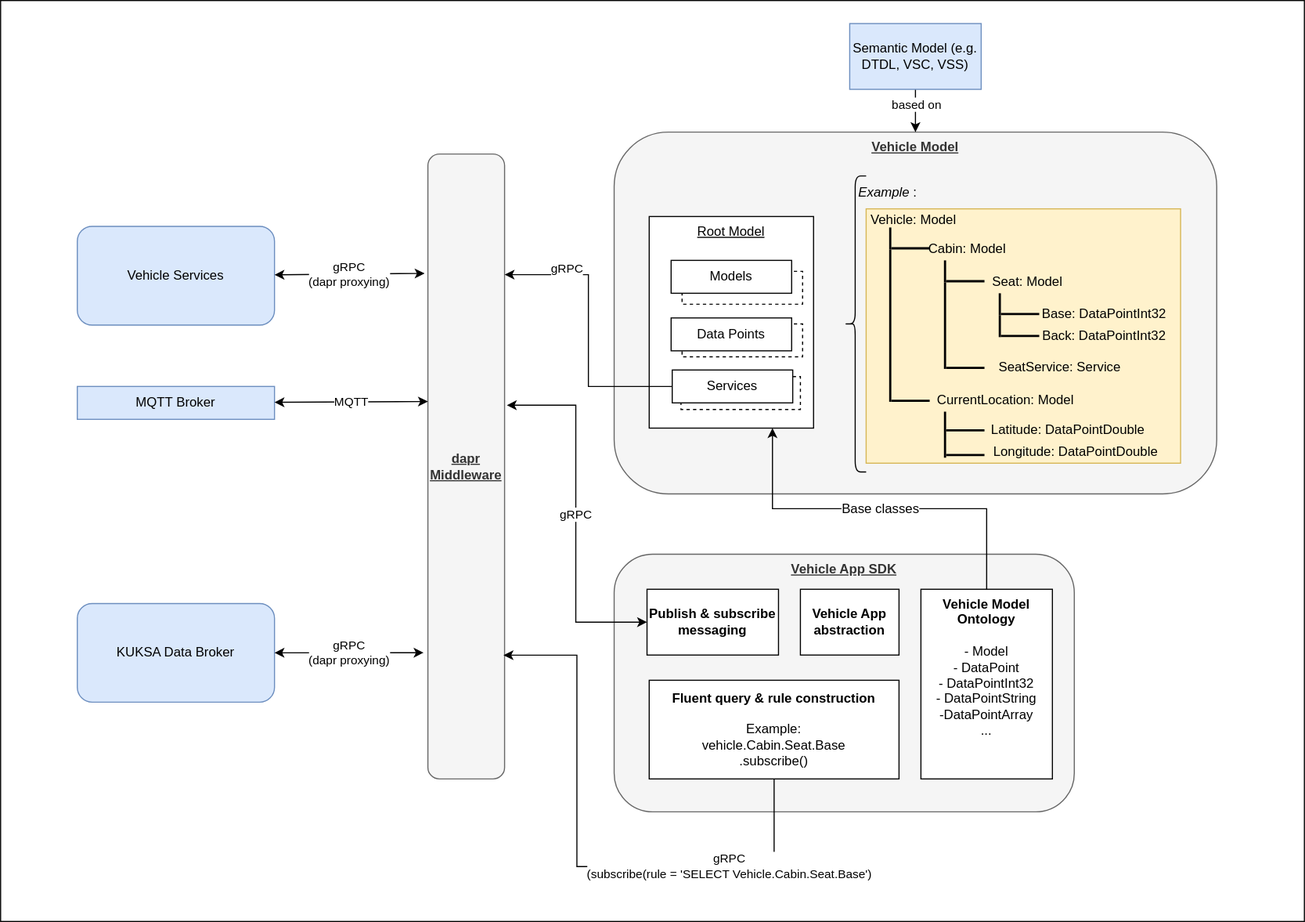
The draw.io diagram static/assets/sdk_overview.drawio.svg in eclipse-velocitas/velocitas-docs, before a commit. Source tidied: cells renumbered, new cells last; positions are measured from the earlier drawing's top-left corner, leaving out a move shared by most shapes.
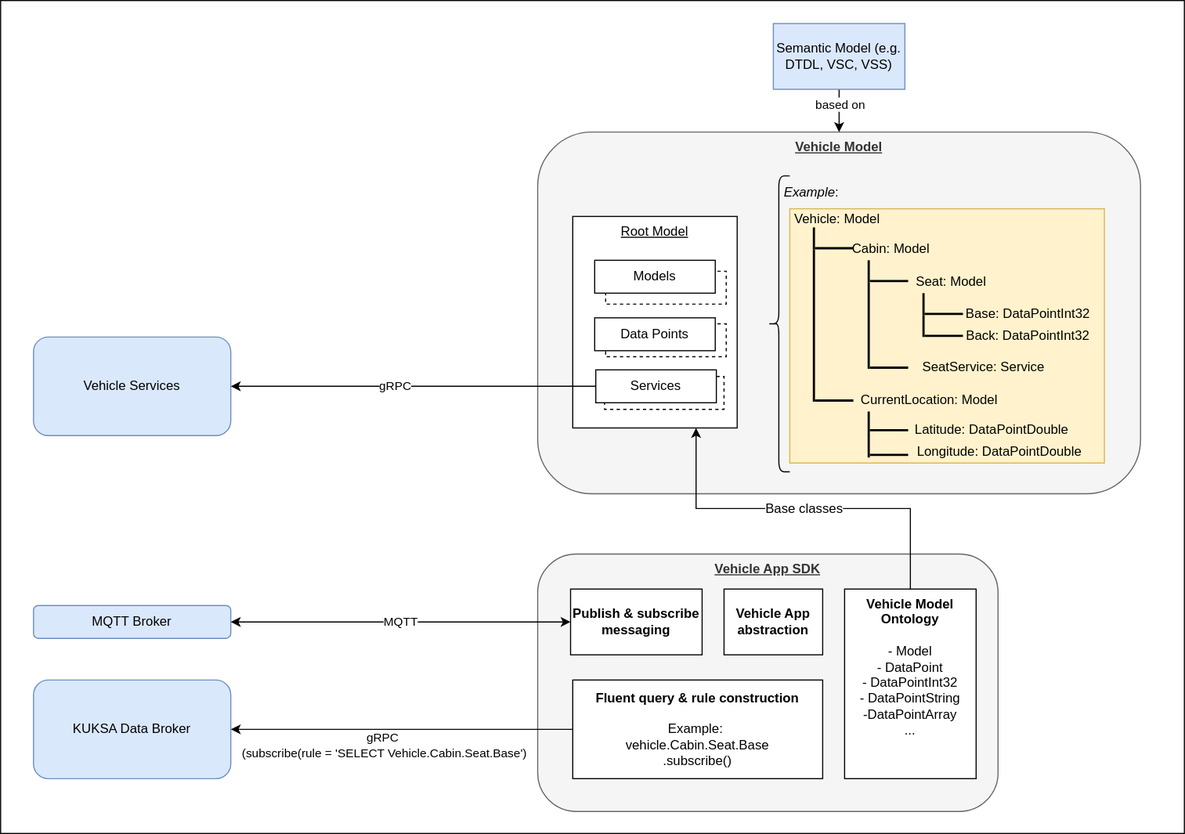
Above is the later version.

What changed in the source:
```diff
@@ -3,7 +3,7 @@
     <mxCell id="0" />
     <mxCell id="1" parent="0" />
     <mxCell id="2" style="rounded=0;whiteSpace=wrap;html=1;" parent="1" vertex="1">
-      <mxGeometry width="1190" height="840" as="geometry" />
+      <mxGeometry x="70" width="1080" height="760" as="geometry" />
     </mxCell>
     <mxCell id="3" value="Vehicle App SDK" style="rounded=1;whiteSpace=wrap;html=1;labelPosition=center;verticalLabelPosition=middle;align=center;verticalAlign=top;fontStyle=5;fillColor=#f5f5f5;fontColor=#333333;strokeColor=#666666;" parent="1" vertex="1">
       <mxGeometry x="560" y="505" width="420" height="235" as="geometry" />
@@ -21,13 +21,13 @@
       <mxGeometry x="775" y="21" width="120" height="60" as="geometry" />
     </mxCell>
     <mxCell id="8" value="KUKSA Data Broker" style="rounded=1;whiteSpace=wrap;html=1;fillColor=#dae8fc;strokeColor=#6c8ebf;" parent="1" vertex="1">
-      <mxGeometry x="70" y="550" width="180" height="90" as="geometry" />
+      <mxGeometry x="100" y="620" width="180" height="90" as="geometry" />
     </mxCell>
     <mxCell id="9" value="&lt;u&gt;Root Model&lt;/u&gt;" style="rounded=0;whiteSpace=wrap;html=1;verticalAlign=top;" parent="1" vertex="1">
       <mxGeometry x="592" y="197" width="150" height="193" as="geometry" />
     </mxCell>
     <mxCell id="10" value="Vehicle Services" style="rounded=1;whiteSpace=wrap;html=1;fillColor=#dae8fc;strokeColor=#6c8ebf;" parent="1" vertex="1">
-      <mxGeometry x="70" y="206" width="180" height="90" as="geometry" />
+      <mxGeometry x="100" y="307" width="180" height="90" as="geometry" />
     </mxCell>
     <mxCell id="11" value="Vehicle Model Ontology&lt;br&gt;&lt;br&gt;&lt;span style=&quot;font-weight: normal&quot;&gt;- Model&lt;br&gt;- DataPoint&lt;br&gt;- DataPointInt32&lt;br&gt;- DataPointString&lt;br&gt;-DataPointArray&lt;br&gt;...&lt;br&gt;&lt;/span&gt;" style="rounded=0;whiteSpace=wrap;html=1;fontStyle=1;verticalAlign=top;" parent="1" vertex="1">
       <mxGeometry x="840" y="537" width="120" height="173" as="geometry" />
@@ -35,19 +35,16 @@
     <mxCell id="12" value="&lt;b&gt;Fluent query &amp;amp; rule construction&lt;/b&gt;&lt;br&gt;&lt;br&gt;Example:&amp;nbsp;&lt;br&gt;vehicle.Cabin.Seat.Base&lt;br&gt;.subscribe()" style="rounded=0;whiteSpace=wrap;html=1;" parent="1" vertex="1">
       <mxGeometry x="592" y="620" width="228" height="90" as="geometry" />
     </mxCell>
-    <mxCell id="13" value="dapr Middleware" style="rounded=1;whiteSpace=wrap;html=1;verticalAlign=middle;fillColor=#f5f5f5;strokeColor=#666666;fontColor=#333333;fontStyle=5;" parent="1" vertex="1">
-      <mxGeometry x="390" y="140" width="70" height="570" as="geometry" />
-    </mxCell>
-    <mxCell id="14" value="gRPC" style="edgeStyle=orthogonalEdgeStyle;rounded=0;jettySize=auto;html=1;exitX=0;exitY=0.5;exitDx=0;exitDy=0;entryX=1;entryY=0.193;entryDx=0;entryDy=0;entryPerimeter=0;" parent="1" edge="1" source="52" target="13">
-      <mxGeometry x="0.55" y="-5" relative="1" as="geometry" />
+    <mxCell id="14" value="gRPC" style="edgeStyle=orthogonalEdgeStyle;rounded=0;jettySize=auto;html=1;exitX=0;exitY=0.5;exitDx=0;exitDy=0;entryX=1;entryY=0.5;entryDx=0;entryDy=0;" parent="1" edge="1" source="52" target="10">
+      <mxGeometry x="0.1" relative="1" as="geometry" />
     </mxCell>
     <mxCell id="15" value="Publish &amp;amp; subscribe messaging" style="rounded=0;whiteSpace=wrap;html=1;fontStyle=1;" parent="1" vertex="1">
       <mxGeometry x="590" y="537" width="120" height="60" as="geometry" />
     </mxCell>
-    <mxCell id="16" value="MQTT Broker" style="rounded=0;whiteSpace=wrap;html=1;fillColor=#dae8fc;strokeColor=#6c8ebf;" parent="1" vertex="1">
-      <mxGeometry x="70" y="352" width="180" height="30" as="geometry" />
+    <mxCell id="16" value="MQTT Broker" style="rounded=1;whiteSpace=wrap;html=1;fillColor=#dae8fc;strokeColor=#6c8ebf;" parent="1" vertex="1">
+      <mxGeometry x="100" y="552" width="180" height="30" as="geometry" />
     </mxCell>
-    <mxCell id="17" value="MQTT" style="endArrow=classic;startArrow=classic;html=1;rounded=0;entryX=0;entryY=0.396;entryDx=0;entryDy=0;entryPerimeter=0;" parent="1" edge="1" source="16" target="13">
+    <mxCell id="17" value="MQTT" style="endArrow=classic;startArrow=classic;html=1;rounded=0;entryX=0;entryY=0.5;entryDx=0;entryDy=0;edgeStyle=orthogonalEdgeStyle;" parent="1" edge="1" source="16" target="15">
       <mxGeometry relative="1" as="geometry" />
     </mxCell>
     <mxCell id="18" style="endArrow=classic;html=1;rounded=0;" parent="1" edge="1">
@@ -56,9 +53,6 @@
         <mxPoint x="562" y="387" as="targetPoint" />
       </mxGeometry>
     </mxCell>
-    <mxCell id="19" value="gRPC" style="endArrow=classic;startArrow=classic;html=1;rounded=0;exitX=1.029;exitY=0.402;exitDx=0;exitDy=0;edgeStyle=orthogonalEdgeStyle;exitPerimeter=0;" parent="1" edge="1" source="13" target="15">
-      <mxGeometry relative="1" as="geometry" />
-    </mxCell>
     <mxCell id="20" value="Vehicle App&lt;br&gt;abstraction" style="rounded=0;whiteSpace=wrap;html=1;fontStyle=1;" parent="1" vertex="1">
       <mxGeometry x="730" y="537" width="90" height="60" as="geometry" />
     </mxCell>
@@ -158,22 +152,14 @@
     <mxCell id="52" value="Services" style="rounded=0;whiteSpace=wrap;html=1;" parent="1" vertex="1">
       <mxGeometry x="613" y="337" width="110" height="30" as="geometry" />
     </mxCell>
-    <mxCell id="53" value="gRPC&amp;nbsp;&lt;br&gt;(subscribe(rule = 'SELECT Vehicle.Cabin.Seat.Base')" style="edgeStyle=orthogonalEdgeStyle;rounded=0;jettySize=auto;html=1;exitX=0.5;exitY=1;exitDx=0;exitDy=0;entryX=0.986;entryY=0.802;entryDx=0;entryDy=0;entryPerimeter=0;" parent="1" edge="1" source="12" target="13">
-      <mxGeometry x="-0.53" relative="1" as="geometry">
+    <mxCell id="53" value="gRPC&amp;nbsp;&lt;br&gt;(subscribe(rule = 'SELECT Vehicle.Cabin.Seat.Base')" style="edgeStyle=orthogonalEdgeStyle;rounded=0;jettySize=auto;html=1;exitX=0;exitY=0.5;exitDx=0;exitDy=0;entryX=1;entryY=0.5;entryDx=0;entryDy=0;" parent="1" edge="1" source="12" target="8">
+      <mxGeometry x="0.1" y="15" relative="1" as="geometry">
         <Array as="points">
-          <mxPoint x="706" y="790" />
-          <mxPoint x="526" y="790" />
-          <mxPoint x="526" y="597" />
+          <mxPoint x="290" y="665" />
+          <mxPoint x="290" y="665" />
         </Array>
-        <mxPoint x="1" as="offset" />
       </mxGeometry>
     </mxCell>
-    <mxCell id="54" value="gRPC&lt;br&gt;(dapr proxying)" style="endArrow=classic;startArrow=classic;html=1;rounded=0;entryX=-0.057;entryY=0.798;entryDx=0;entryDy=0;entryPerimeter=0;" parent="1" edge="1" source="8" target="13">
-      <mxGeometry relative="1" as="geometry" />
-    </mxCell>
-    <mxCell id="55" value="gRPC&lt;br&gt;(dapr proxying)" style="endArrow=classic;startArrow=classic;html=1;rounded=0;entryX=-0.043;entryY=0.191;entryDx=0;entryDy=0;entryPerimeter=0;strokeColor=#000000;" parent="1" edge="1" source="10" target="13">
-      <mxGeometry relative="1" as="geometry" />
-    </mxCell>
     <mxCell id="56" value="&lt;i&gt;Example&lt;/i&gt;:" style="text;html=1;strokeColor=none;fillColor=none;align=center;verticalAlign=middle;whiteSpace=wrap;rounded=0;dashed=1;fontSize=12;" parent="1" vertex="1">
       <mxGeometry x="780" y="160" width="60" height="30" as="geometry" />
     </mxCell>
```
